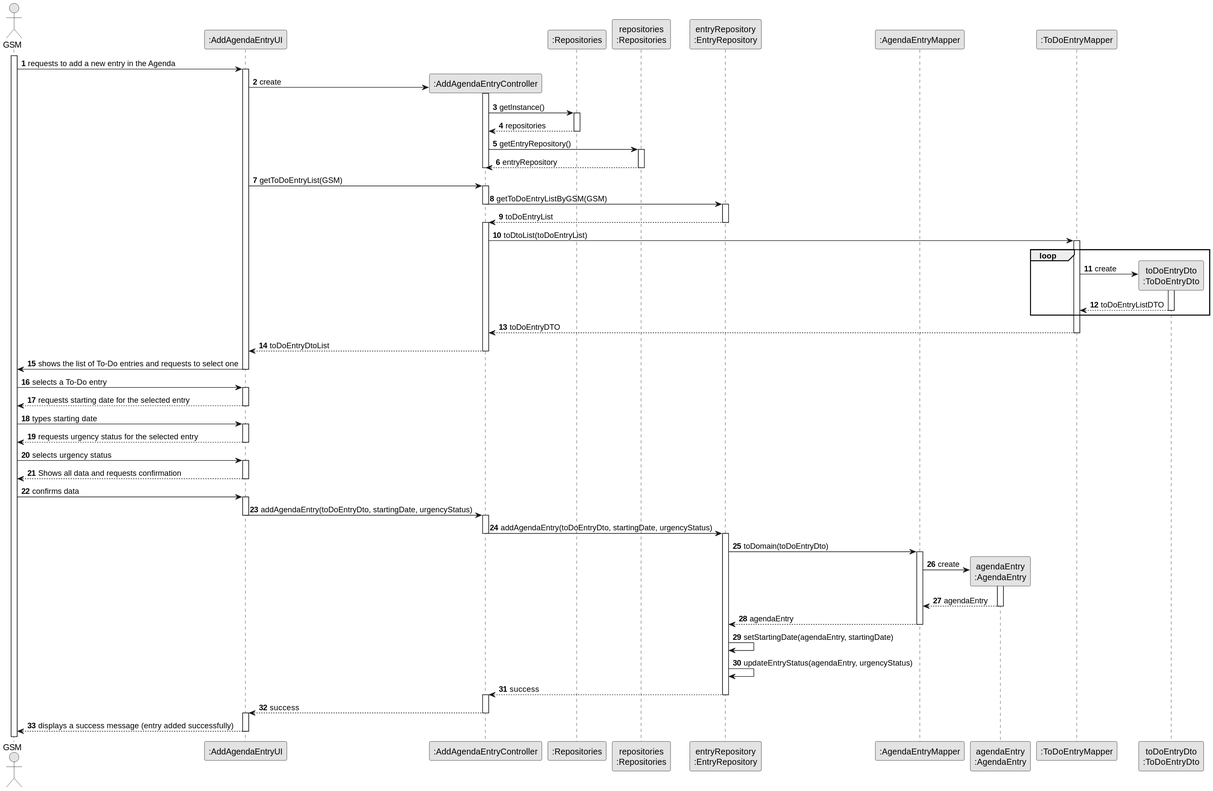
This is docs/sprintC/us022/03.design/svg/us022-sequence-diagram-full.svg from ricardomm7/leaflink, a PlantUML export, as it was before one commit.
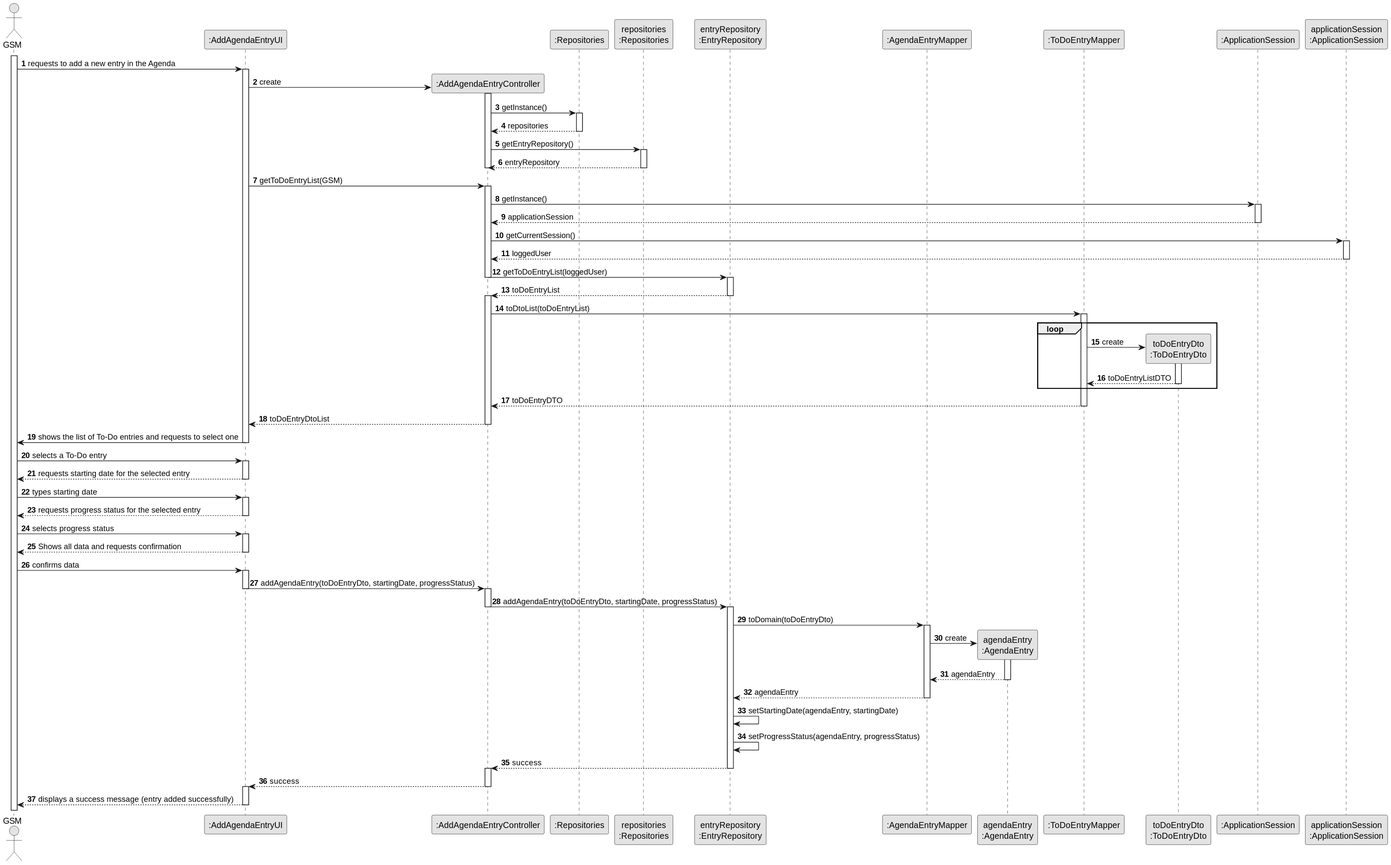
Above is the later version.

Change to the diagram source:
```diff
@@ -15,6 +15,8 @@
 participant "agendaEntry\n:AgendaEntry" as AgendaEntry
 participant ":ToDoEntryMapper" as ToDoEntryMapper
 participant "toDoEntryDto\n:ToDoEntryDto" as ToDoEntryDto
+participant ":ApplicationSession" as ApplicationSession
+participant "applicationSession\n:ApplicationSession" as applicationSession1
 
 activate GSM
 
@@ -43,7 +45,17 @@
         UI -> CTRL: getToDoEntryList(GSM)
         activate CTRL
 
-            CTRL -> EntryRepo: getToDoEntryListByGSM(GSM)
+        CTRL -> ApplicationSession : getInstance()
+                activate ApplicationSession
+                ApplicationSession --> CTRL : applicationSession
+                deactivate ApplicationSession
+
+                CTRL -> applicationSession1 : getCurrentSession()
+                activate applicationSession1
+                applicationSession1 --> CTRL : loggedUser
+                deactivate applicationSession1
+
+            CTRL -> EntryRepo: getToDoEntryList(loggedUser)
             deactivate CTRL
             activate EntryRepo
 
@@ -81,10 +93,10 @@
     GSM -> UI : types starting date
     activate UI
 
-         UI --> GSM : requests urgency status for the selected entry
+         UI --> GSM : requests progress status for the selected entry
     deactivate UI
 
-    GSM -> UI : selects urgency status
+    GSM -> UI : selects progress status
     activate UI
 
     UI --> GSM : Shows all data and requests confirmation
@@ -93,12 +105,12 @@
     GSM -> UI: confirms data
     activate UI
 
-        UI -> CTRL : addAgendaEntry(toDoEntryDto, startingDate, urgencyStatus)
+        UI -> CTRL : addAgendaEntry(toDoEntryDto, startingDate, progressStatus)
         deactivate UI
         activate CTRL
 
 
-            CTRL -> EntryRepo : addAgendaEntry(toDoEntryDto, startingDate, urgencyStatus)
+            CTRL -> EntryRepo : addAgendaEntry(toDoEntryDto, startingDate, progressStatus)
             deactivate CTRL
             activate EntryRepo
 
@@ -115,7 +127,7 @@
             deactivate AgendaEntryMapper
 
                 EntryRepo -> EntryRepo : setStartingDate(agendaEntry, startingDate)
-                EntryRepo -> EntryRepo : updateEntryStatus(agendaEntry, urgencyStatus)
+                EntryRepo -> EntryRepo : setProgressStatus(agendaEntry, progressStatus)
 
             EntryRepo --> CTRL : success
             deactivate EntryRepo
```
